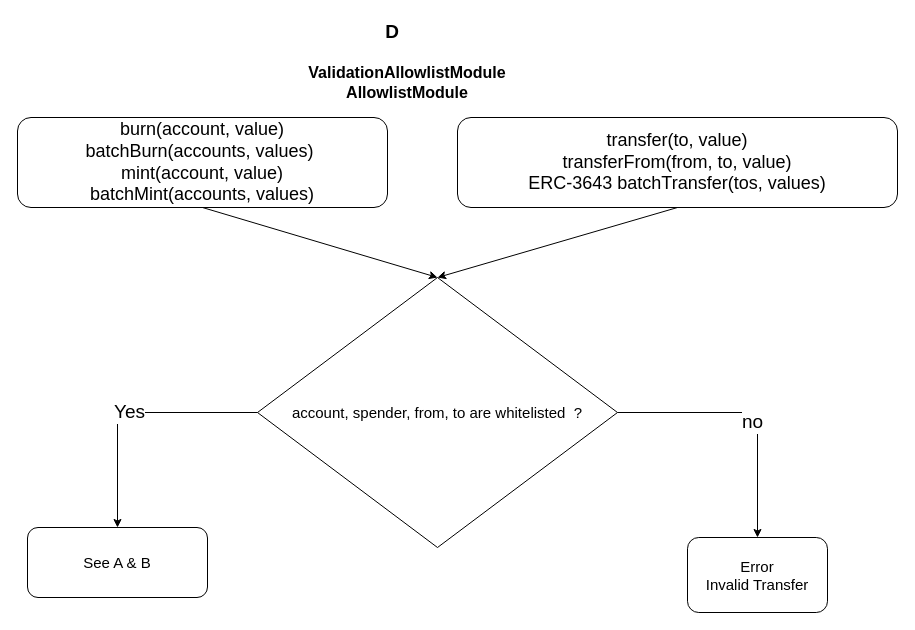
Earlier version of the draw.io diagram page "allowlist" (2 of 3) of doc/schema/drawio/transfer_restriction.drawio (CMTA/CMTAT). Source tidied: cells renumbered, new cells numbered last; positions are measured from the earlier drawing's top-left corner, leaving out a move shared by most shapes. Both pictures are drawn from the tidied source at 100%, with x=0, y=0 at pixel (17, 17).
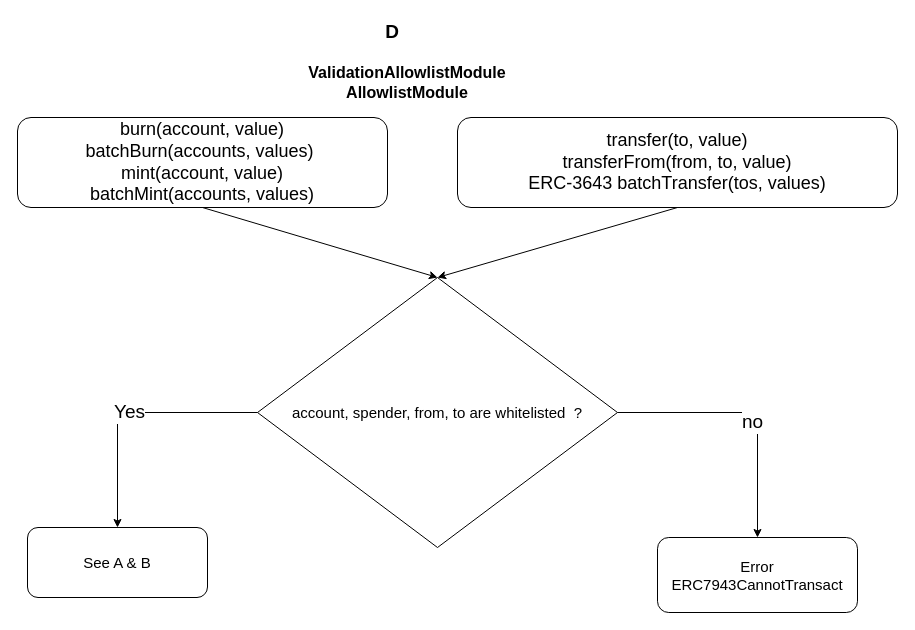
The same page after the edit.

The edit, as a diff of the source:
```diff
@@
 <mxGraphModel>
   <root>
     <mxCell id="0" />
     <mxCell id="1" parent="0" />
     <mxCell id="2" value="ValidationAllowlistModule AllowlistModule" style="text;html=1;strokeColor=none;fillColor=none;align=center;verticalAlign=middle;whiteSpace=wrap;rounded=0;fontSize=16;fontStyle=1;" parent="1" vertex="1">
       <mxGeometry x="260" y="30" width="260" height="70" as="geometry" />
     </mxCell>
     <mxCell id="3" value="burn(account, value)&lt;br&gt;batchBurn(accounts, values)&amp;nbsp;&lt;br style=&quot;font-size: 18px;&quot;&gt;mint(account, value)&lt;br&gt;batchMint(accounts, values)" style="rounded=1;whiteSpace=wrap;html=1;fontSize=18;" parent="1" vertex="1">
       <mxGeometry y="100" width="370" height="90" as="geometry" />
     </mxCell>
     <mxCell id="4" value="transfer(to, value)&lt;br style=&quot;font-size: 18px;&quot;&gt;transferFrom(from, to, value)&lt;br&gt;ERC-3643 batchTransfer(tos, values)" style="rounded=1;whiteSpace=wrap;html=1;fontSize=18;" parent="1" vertex="1">
       <mxGeometry x="440" y="100" width="440" height="90" as="geometry" />
     </mxCell>
     <mxCell id="5" value="account, spender, from, to are whitelisted&amp;nbsp; ?" style="rhombus;whiteSpace=wrap;html=1;fontSize=15;" parent="1" vertex="1">
       <mxGeometry x="240" y="260" width="360" height="270" as="geometry" />
     </mxCell>
-    <mxCell id="6" value="Error&lt;br&gt;Invalid Transfer" style="rounded=1;whiteSpace=wrap;html=1;fontSize=15;" parent="1" vertex="1">
-      <mxGeometry x="670" y="520" width="140" height="75" as="geometry" />
+    <mxCell id="6" value="Error&lt;br&gt;ERC7943CannotTransact" style="rounded=1;whiteSpace=wrap;html=1;fontSize=15;" parent="1" vertex="1">
+      <mxGeometry x="640" y="520" width="200" height="75" as="geometry" />
     </mxCell>
     <mxCell id="7" style="endArrow=classic;html=1;rounded=0;exitX=1;exitY=0.5;exitDx=0;exitDy=0;entryX=0.5;entryY=0;entryDx=0;entryDy=0;" parent="1" edge="1" source="5" target="6">
       <mxGeometry relative="1" as="geometry">
         <Array as="points">
           <mxPoint x="740" y="395" />
         </Array>
       </mxGeometry>
     </mxCell>
     <mxCell id="8" value="no" style="edgeLabel;html=1;align=center;verticalAlign=middle;fontSize=19;" parent="7" vertex="1">
       <mxGeometry x="0.12" y="-6" relative="1" as="geometry">
         <mxPoint y="1" as="offset" />
       </mxGeometry>
     </mxCell>
     <mxCell id="9" style="endArrow=classic;html=1;rounded=0;fontSize=19;exitX=0.5;exitY=1;exitDx=0;exitDy=0;entryX=0.5;entryY=0;entryDx=0;entryDy=0;" parent="1" edge="1" source="3" target="5">
       <mxGeometry relative="1" as="geometry" />
     </mxCell>
     <mxCell id="10" style="endArrow=classic;html=1;rounded=0;fontSize=19;exitX=0.5;exitY=1;exitDx=0;exitDy=0;entryX=0.5;entryY=0;entryDx=0;entryDy=0;" parent="1" edge="1" source="4" target="5">
       <mxGeometry relative="1" as="geometry" />
     </mxCell>
     <mxCell id="11" value="Yes" style="endArrow=classic;html=1;rounded=0;fontSize=19;exitX=0;exitY=0.5;exitDx=0;exitDy=0;entryX=0.5;entryY=0;entryDx=0;entryDy=0;" parent="1" edge="1" source="5" target="12">
       <mxGeometry relative="1" as="geometry">
         <Array as="points">
           <mxPoint x="100" y="395" />
         </Array>
       </mxGeometry>
     </mxCell>
     <mxCell id="12" value="See A &amp;amp; B" style="rounded=1;whiteSpace=wrap;html=1;fontSize=15;" parent="1" vertex="1">
       <mxGeometry x="10" y="510" width="180" height="70" as="geometry" />
     </mxCell>
     <mxCell id="13" value="D" style="text;html=1;strokeColor=none;fillColor=none;align=center;verticalAlign=middle;whiteSpace=wrap;rounded=0;fontSize=19;fontStyle=1;" parent="1" vertex="1">
       <mxGeometry x="290" width="170" height="30" as="geometry" />
     </mxCell>
   </root>
 </mxGraphModel>
```
